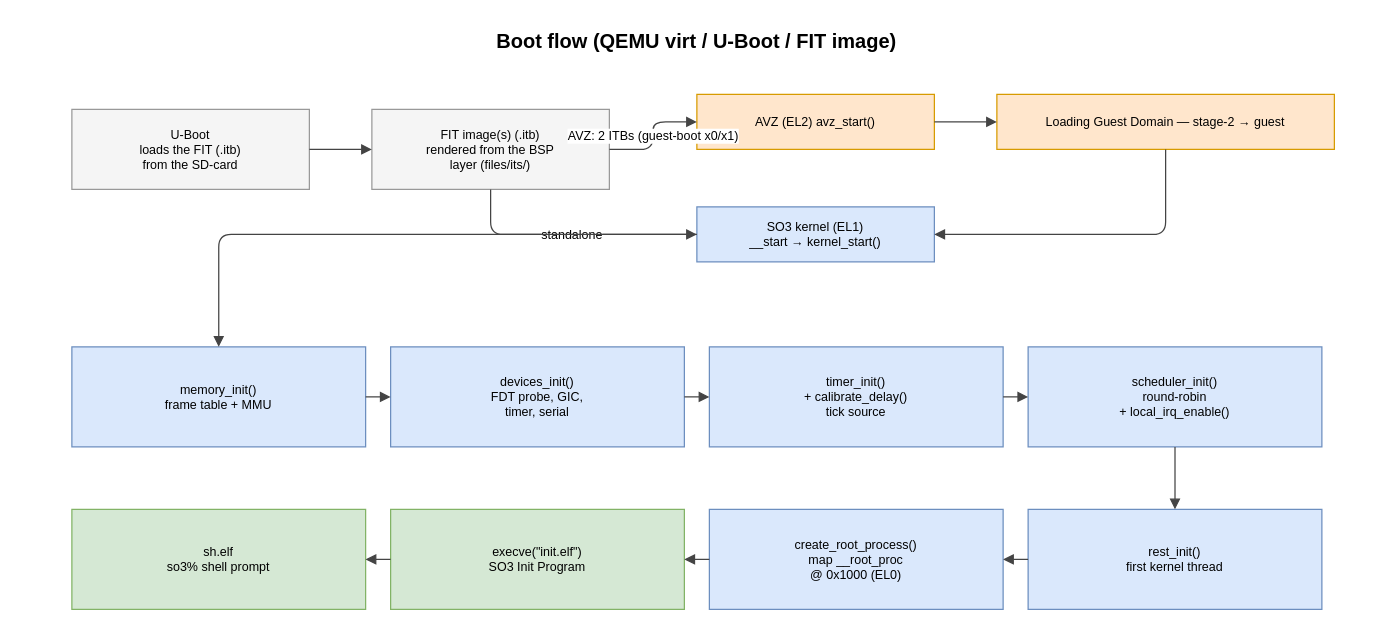
This is page "boot" (3 of 11) of doc/source/img/so3.drawio from smartobjectoriented/so3, a draw.io file, before an edit. Source tidied: cells renumbered, new cells numbered last; positions are measured from the earlier drawing's top-left corner, leaving out a move shared by most shapes. Both pictures are drawn from the tidied source at 125%, with x=0, y=0 at pixel (21, 21).
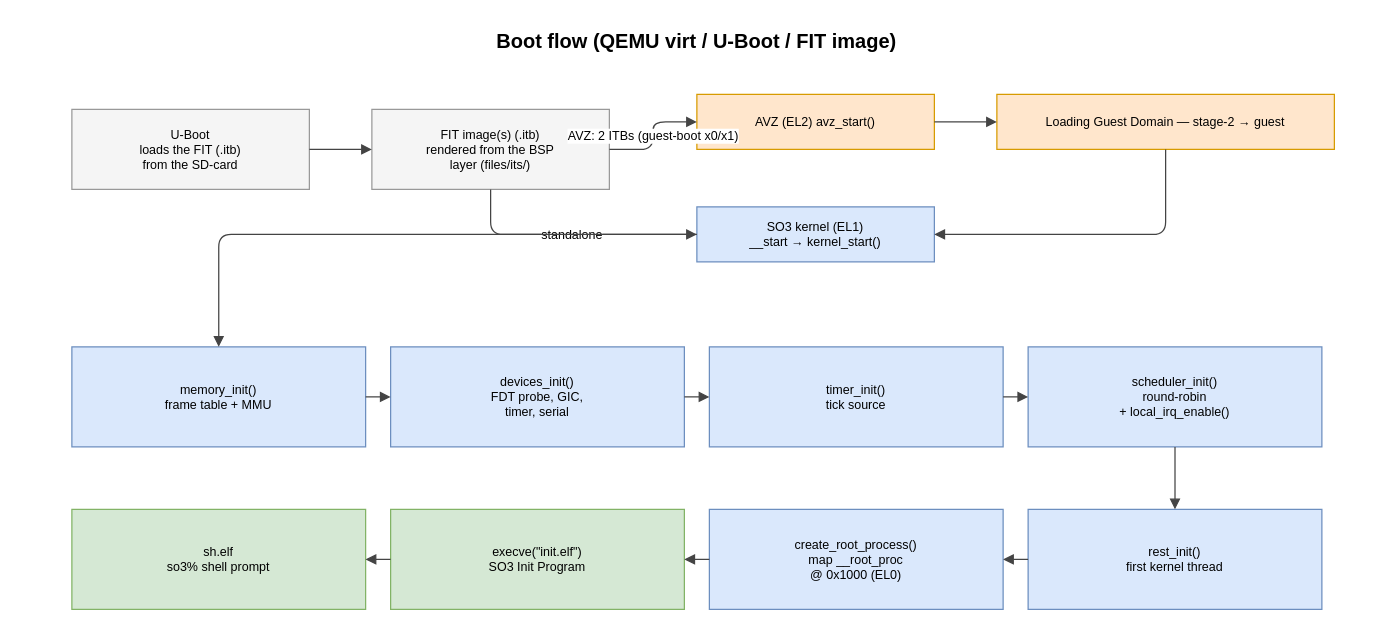
Above is the later version.

Change to the diagram source:
```diff
@@
-    <mxCell id="15" value="timer_init()&#10;+ calibrate_delay()&#10;tick source" style="fillColor=#dae8fc;strokeColor=#6c8ebf;fontSize=10;" parent="1" vertex="1">
+    <mxCell id="15" value="timer_init()&#10;tick source" style="fillColor=#dae8fc;strokeColor=#6c8ebf;fontSize=10;" parent="1" vertex="1">
       <mxGeometry x="550" y="260" width="235" height="80" as="geometry" />
     </mxCell>
```
